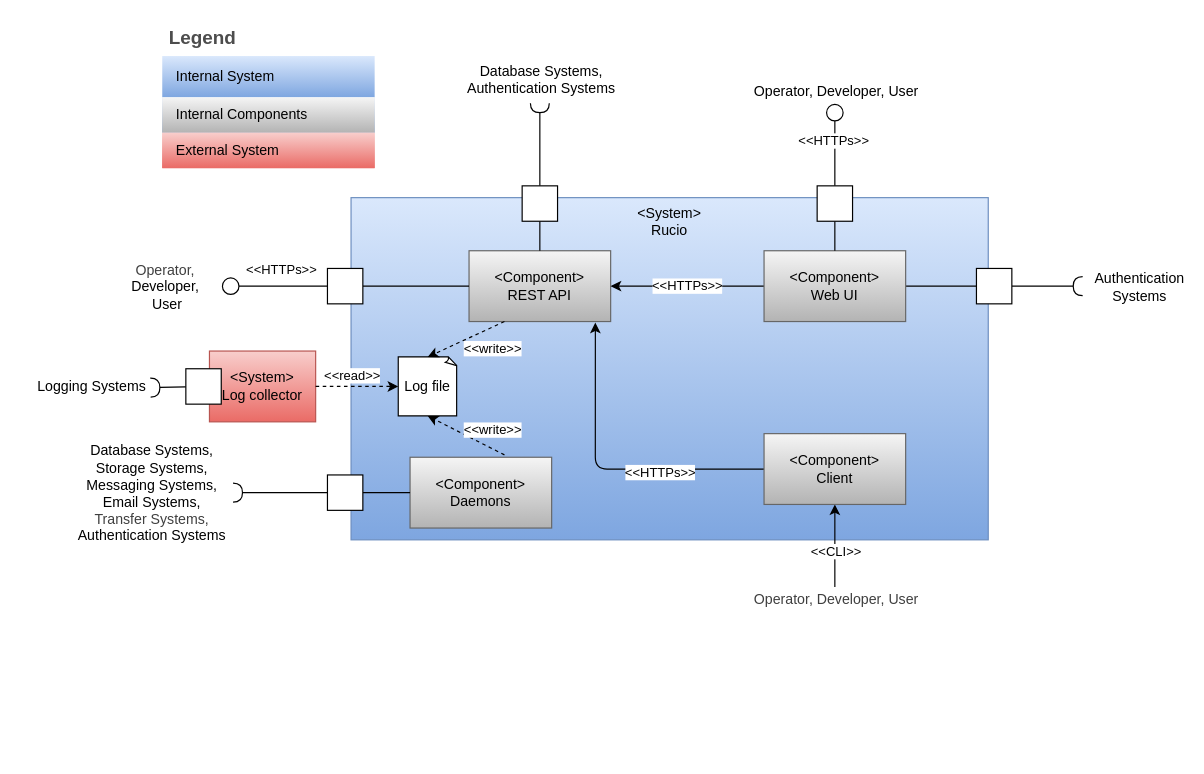
This is diagrams/Building Block Lvl 1 View.drawio from mgajek-cern/architecture-docs, a draw.io file, before an edit. Source tidied: cells renumbered, new cells numbered last; positions are measured from the earlier drawing's top-left corner, leaving out a move shared by most shapes. Both pictures are drawn from the tidied source at 118%, with x=0, y=0 at pixel (20, 20).
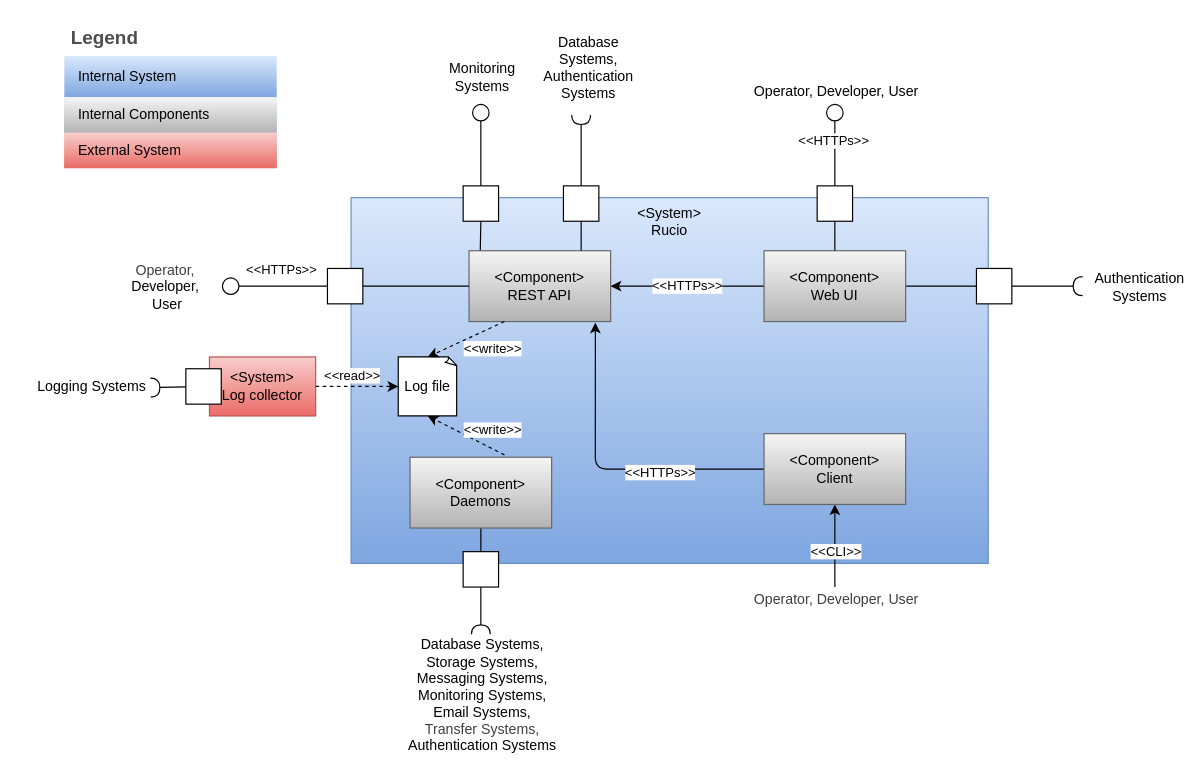
The same diagram, later.

Commit message (it also covers changes not shown here):
docs: update Context diagram to include monitoring systems

The change refers to these unchanged cells:
```xml
<mxCell id="10" value="&amp;lt;Component&amp;gt;&lt;br&gt;REST API" style="rounded=0;whiteSpace=wrap;html=1;fillColor=#f5f5f5;gradientColor=#b3b3b3;strokeColor=#666666;" parent="1" vertex="1">
  <mxGeometry x="380" y="195" width="120" height="60" as="geometry" />
</mxCell>
<mxCell id="34" value="&lt;span style=&quot;color: rgb(0, 0, 0);&quot;&gt;&amp;lt;Component&amp;gt;&lt;/span&gt;&lt;br&gt;Daemons" style="rounded=0;whiteSpace=wrap;html=1;fillColor=#f5f5f5;gradientColor=#b3b3b3;strokeColor=#666666;" parent="1" vertex="1">
  <mxGeometry x="330" y="370" width="120" height="60" as="geometry" />
</mxCell>
```

Change to the diagram source:
```diff
@@
     <mxCell id="2" value="&amp;lt;System&amp;gt;&lt;br&gt;Rucio" style="rounded=0;whiteSpace=wrap;html=1;fillColor=#dae8fc;gradientColor=#7ea6e0;strokeColor=#6c8ebf;verticalAlign=top;" parent="1" vertex="1">
-      <mxGeometry x="280" y="150" width="540" height="290" as="geometry" />
+      <mxGeometry x="280" y="150" width="540" height="310" as="geometry" />
     </mxCell>
     <mxCell id="3" value="Legend" style="shape=table;startSize=30;childLayout=tableLayout;fontSize=16;align=left;verticalAlign=top;fillColor=none;strokeColor=none;fontColor=#4D4D4D;fontStyle=1;spacingLeft=6;spacing=0;" parent="1" vertex="1">
-      <mxGeometry x="120" width="180" height="125" as="geometry" />
+      <mxGeometry x="37" width="180" height="125" as="geometry" />
     </mxCell>
@@
+    <mxCell id="53" style="edgeStyle=none;html=1;entryX=1;entryY=0.5;entryDx=0;entryDy=0;endArrow=none;endFill=0;exitX=0.079;exitY=0.017;exitDx=0;exitDy=0;exitPerimeter=0;" parent="1" edge="1" source="10" target="57">
+      <mxGeometry relative="1" as="geometry" />
+    </mxCell>
@@
     <mxCell id="20" style="edgeStyle=orthogonalEdgeStyle;rounded=0;jettySize=auto;html=1;endArrow=halfCircle;endFill=0;" parent="1" edge="1" source="23">
       <mxGeometry relative="1" as="geometry">
-        <mxPoint x="440" y="70" as="targetPoint" />
+        <mxPoint x="475" y="80" as="targetPoint" />
         <Array as="points">
-          <mxPoint x="440" y="100" />
+          <mxPoint x="475" y="100" />
+          <mxPoint x="475" y="100" />
         </Array>
       </mxGeometry>
     </mxCell>
-    <mxCell id="21" value="&lt;font style=&quot;font-size: 12px;&quot;&gt;Database Systems,&lt;/font&gt;&lt;div&gt;&lt;font style=&quot;font-size: 12px;&quot; color=&quot;#000000&quot;&gt;Authentication Systems&lt;/font&gt;&lt;/div&gt;" style="edgeLabel;html=1;align=center;verticalAlign=middle;" parent="20" vertex="1">
+    <mxCell id="21" value="&lt;font style=&quot;font-size: 12px;&quot;&gt;Database &lt;br&gt;Systems,&lt;/font&gt;&lt;div&gt;&lt;font style=&quot;font-size: 12px;&quot; color=&quot;#000000&quot;&gt;Authentication &lt;br&gt;Systems&lt;/font&gt;&lt;/div&gt;" style="edgeLabel;html=1;align=center;verticalAlign=middle;" parent="20" vertex="1">
       <mxGeometry x="0.19" y="-1" relative="1" as="geometry">
-        <mxPoint x="-1" y="-49" as="offset" />
+        <mxPoint x="4" y="-65" as="offset" />
       </mxGeometry>
     </mxCell>
-    <mxCell id="22" style="edgeStyle=orthogonalEdgeStyle;rounded=0;jettySize=auto;html=1;endArrow=none;endFill=0;" parent="1" edge="1" source="23" target="10">
-      <mxGeometry relative="1" as="geometry" />
+    <mxCell id="22" style="edgeStyle=orthogonalEdgeStyle;rounded=0;jettySize=auto;html=1;endArrow=none;endFill=0;" parent="1" edge="1" source="23">
+      <mxGeometry relative="1" as="geometry">
+        <mxPoint x="475" y="195" as="targetPoint" />
+      </mxGeometry>
     </mxCell>
     <mxCell id="23" style="fontStyle=0;labelPosition=right;verticalLabelPosition=middle;align=left;verticalAlign=middle;spacingLeft=2;direction=south;" parent="1" vertex="1">
-      <mxGeometry x="425" y="140" width="30" height="30" as="geometry" />
+      <mxGeometry x="460" y="140" width="30" height="30" as="geometry" />
     </mxCell>
@@
+    <mxCell id="54" style="edgeStyle=none;html=1;entryX=0;entryY=0.5;entryDx=0;entryDy=0;endArrow=none;endFill=0;" parent="1" edge="1" source="34" target="38">
+      <mxGeometry relative="1" as="geometry" />
+    </mxCell>
@@
-    <mxCell id="35" style="edgeStyle=none;html=1;entryX=0;entryY=0.5;entryDx=0;entryDy=0;endArrow=none;endFill=0;" parent="1" edge="1" source="38" target="34">
-      <mxGeometry relative="1" as="geometry" />
-    </mxCell>
     <mxCell id="36" style="edgeStyle=none;html=1;endArrow=halfCircle;endFill=0;" parent="1" edge="1" source="38">
       <mxGeometry relative="1" as="geometry">
-        <mxPoint x="180" y="400" as="targetPoint" />
+        <mxPoint x="390" y="520" as="targetPoint" />
       </mxGeometry>
     </mxCell>
-    <mxCell id="37" value="&lt;font style=&quot;font-size: 12px;&quot;&gt;&lt;span style=&quot;color: rgb(0, 0, 0);&quot;&gt;Database Systems,&lt;/span&gt;&lt;br&gt;Storage Systems,&lt;/font&gt;&lt;div&gt;&lt;font style=&quot;font-size: 12px;&quot;&gt;Messaging Systems,&lt;/font&gt;&lt;/div&gt;&lt;div&gt;&lt;font style=&quot;font-size: 12px;&quot;&gt;Email Systems,&lt;/font&gt;&lt;/div&gt;&lt;div&gt;&lt;span style=&quot;color: rgb(63, 63, 63);&quot;&gt;&lt;font style=&quot;font-size: 12px;&quot;&gt;Transfer Systems,&lt;br&gt;&lt;/font&gt;&lt;/span&gt;&lt;/div&gt;&lt;div&gt;&lt;span style=&quot;color: rgb(0, 0, 0);&quot;&gt;&lt;font style=&quot;font-size: 12px;&quot;&gt;Authentication Systems&lt;br&gt;&lt;/font&gt;&lt;/span&gt;&lt;/div&gt;" style="edgeLabel;html=1;align=center;verticalAlign=middle;" parent="36" vertex="1">
+    <mxCell id="37" value="&lt;font style=&quot;font-size: 12px;&quot;&gt;&lt;span style=&quot;color: rgb(0, 0, 0);&quot;&gt;Database Systems,&lt;/span&gt;&lt;br&gt;Storage Systems,&lt;/font&gt;&lt;div&gt;&lt;font style=&quot;font-size: 12px;&quot;&gt;Messaging Systems,&lt;br&gt;Monitoring Systems,&lt;/font&gt;&lt;/div&gt;&lt;div&gt;&lt;font style=&quot;font-size: 12px;&quot;&gt;Email Systems,&lt;/font&gt;&lt;/div&gt;&lt;div&gt;&lt;span style=&quot;color: rgb(63, 63, 63);&quot;&gt;&lt;font style=&quot;font-size: 12px;&quot;&gt;Transfer Systems,&lt;br&gt;&lt;/font&gt;&lt;/span&gt;&lt;/div&gt;&lt;div&gt;&lt;span style=&quot;color: rgb(0, 0, 0);&quot;&gt;&lt;font style=&quot;font-size: 12px;&quot;&gt;Authentication Systems&lt;br&gt;&lt;/font&gt;&lt;/span&gt;&lt;/div&gt;" style="edgeLabel;html=1;align=center;verticalAlign=middle;" parent="36" vertex="1">
       <mxGeometry x="0.13" y="-4" relative="1" as="geometry">
-        <mxPoint x="-105" y="4" as="offset" />
+        <mxPoint x="4" y="68" as="offset" />
       </mxGeometry>
     </mxCell>
     <mxCell id="38" style="fontStyle=0;labelPosition=right;verticalLabelPosition=middle;align=left;verticalAlign=middle;spacingLeft=2;direction=south;" parent="1" vertex="1">
-      <mxGeometry x="260" y="385" width="30" height="30" as="geometry" />
+      <mxGeometry x="375" y="450" width="30" height="30" as="geometry" />
     </mxCell>
@@
     <mxCell id="42" value="&amp;lt;System&amp;gt;&lt;br&gt;Log collector" style="rounded=0;whiteSpace=wrap;html=1;fillColor=#f8cecc;gradientColor=#ea6b66;strokeColor=#b85450;" parent="1" vertex="1">
-      <mxGeometry x="160" y="280" width="90" height="60" as="geometry" />
+      <mxGeometry x="160" y="285" width="90" height="50" as="geometry" />
     </mxCell>
@@
+    <mxCell id="55" style="edgeStyle=none;html=1;endArrow=circle;endFill=0;" parent="1" edge="1" source="57">
+      <mxGeometry relative="1" as="geometry">
+        <mxPoint x="390" y="70" as="targetPoint" />
+      </mxGeometry>
+    </mxCell>
+    <mxCell id="56" value="&lt;font style=&quot;font-size: 12px;&quot;&gt;Monitoring &lt;br&gt;Systems&lt;/font&gt;" style="edgeLabel;html=1;align=center;verticalAlign=middle;" parent="55" vertex="1">
+      <mxGeometry x="0.69" y="1" relative="1" as="geometry">
+        <mxPoint x="1" y="-34" as="offset" />
+      </mxGeometry>
+    </mxCell>
+    <mxCell id="57" style="fontStyle=0;labelPosition=right;verticalLabelPosition=middle;align=left;verticalAlign=middle;spacingLeft=2;direction=south;" parent="1" vertex="1">
+      <mxGeometry x="375" y="140" width="30" height="30" as="geometry" />
+    </mxCell>
```
